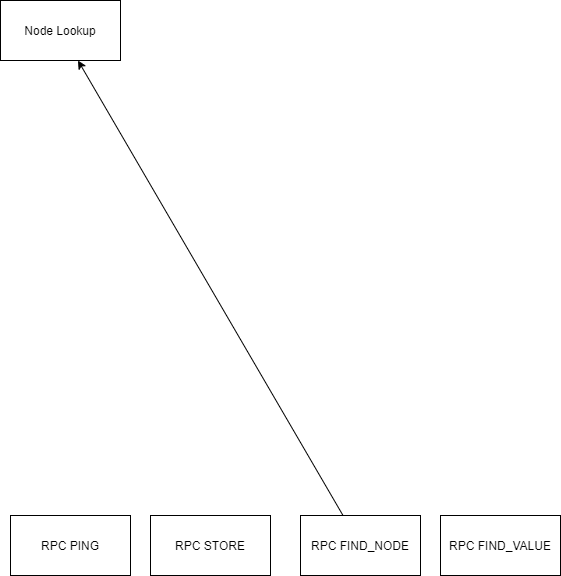
The draw.io diagram architectural-description.png in osksun/d7024e-lab-grp-1, before a commit. Source tidied: cells renumbered, new cells last; positions are measured from the earlier drawing's top-left corner, leaving out a move shared by most shapes.
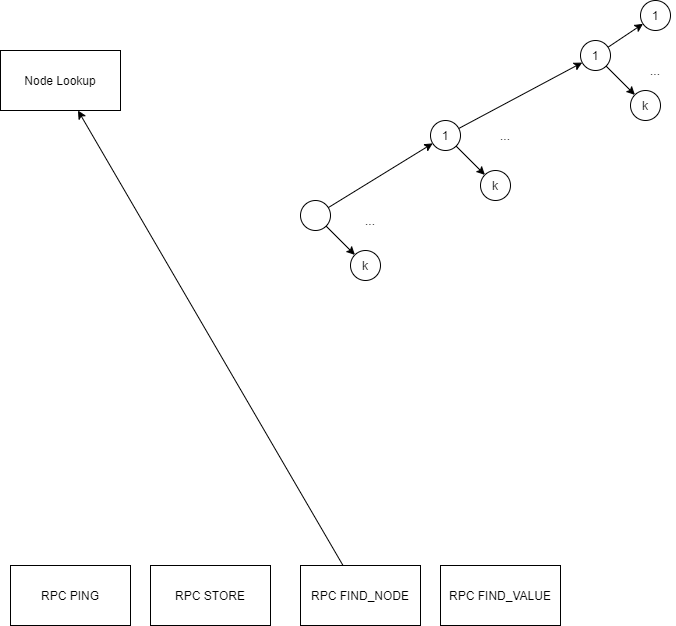
Above is the later version.

The edit, as a diff of the source:
```diff
@@ -20,5 +20,53 @@
     <mxCell id="7" value="Node Lookup" style="rounded=0;whiteSpace=wrap;html=1;" parent="1" vertex="1">
       <mxGeometry width="120" height="60" as="geometry" />
     </mxCell>
+    <mxCell id="8" style="ellipse;whiteSpace=wrap;html=1;" parent="1" vertex="1">
+      <mxGeometry x="300" y="150" width="30" height="30" as="geometry" />
+    </mxCell>
+    <mxCell id="9" value="k" style="ellipse;whiteSpace=wrap;html=1;" parent="1" vertex="1">
+      <mxGeometry x="350" y="200" width="30" height="30" as="geometry" />
+    </mxCell>
+    <mxCell id="10" style="endArrow=classic;html=1;" parent="1" edge="1" source="8" target="9">
+      <mxGeometry relative="1" as="geometry" />
+    </mxCell>
+    <mxCell id="11" value="1" style="ellipse;whiteSpace=wrap;html=1;" parent="1" vertex="1">
+      <mxGeometry x="430" y="70" width="30" height="30" as="geometry" />
+    </mxCell>
+    <mxCell id="12" style="endArrow=classic;html=1;" parent="1" edge="1" source="11" target="15">
+      <mxGeometry relative="1" as="geometry" />
+    </mxCell>
+    <mxCell id="13" value="k" style="ellipse;whiteSpace=wrap;html=1;" parent="1" vertex="1">
+      <mxGeometry x="480" y="120" width="30" height="30" as="geometry" />
+    </mxCell>
+    <mxCell id="14" style="endArrow=classic;html=1;" parent="1" edge="1" source="11" target="13">
+      <mxGeometry relative="1" as="geometry" />
+    </mxCell>
+    <mxCell id="15" value="1" style="ellipse;whiteSpace=wrap;html=1;" parent="1" vertex="1">
+      <mxGeometry x="580" y="-10" width="30" height="30" as="geometry" />
+    </mxCell>
+    <mxCell id="16" style="endArrow=classic;html=1;" parent="1" edge="1" source="15" target="17">
+      <mxGeometry relative="1" as="geometry" />
+    </mxCell>
+    <mxCell id="17" value="1" style="ellipse;whiteSpace=wrap;html=1;" parent="1" vertex="1">
+      <mxGeometry x="640" y="-50" width="30" height="30" as="geometry" />
+    </mxCell>
+    <mxCell id="18" value="k" style="ellipse;whiteSpace=wrap;html=1;" parent="1" vertex="1">
+      <mxGeometry x="630" y="40" width="30" height="30" as="geometry" />
+    </mxCell>
+    <mxCell id="19" style="endArrow=classic;html=1;" parent="1" edge="1" source="15" target="18">
+      <mxGeometry relative="1" as="geometry" />
+    </mxCell>
+    <mxCell id="20" style="endArrow=classic;html=1;" parent="1" edge="1" source="8" target="11">
+      <mxGeometry relative="1" as="geometry" />
+    </mxCell>
+    <mxCell id="21" value="..." style="text;html=1;strokeColor=none;fillColor=none;align=center;verticalAlign=middle;whiteSpace=wrap;rounded=0;" parent="1" vertex="1">
+      <mxGeometry x="350" y="160" width="40" height="20" as="geometry" />
+    </mxCell>
+    <mxCell id="22" value="..." style="text;html=1;strokeColor=none;fillColor=none;align=center;verticalAlign=middle;whiteSpace=wrap;rounded=0;" parent="1" vertex="1">
+      <mxGeometry x="485" y="75" width="40" height="20" as="geometry" />
+    </mxCell>
+    <mxCell id="23" value="..." style="text;html=1;strokeColor=none;fillColor=none;align=center;verticalAlign=middle;whiteSpace=wrap;rounded=0;" parent="1" vertex="1">
+      <mxGeometry x="635" y="10" width="40" height="20" as="geometry" />
+    </mxCell>
   </root>
 </mxGraphModel>
```
